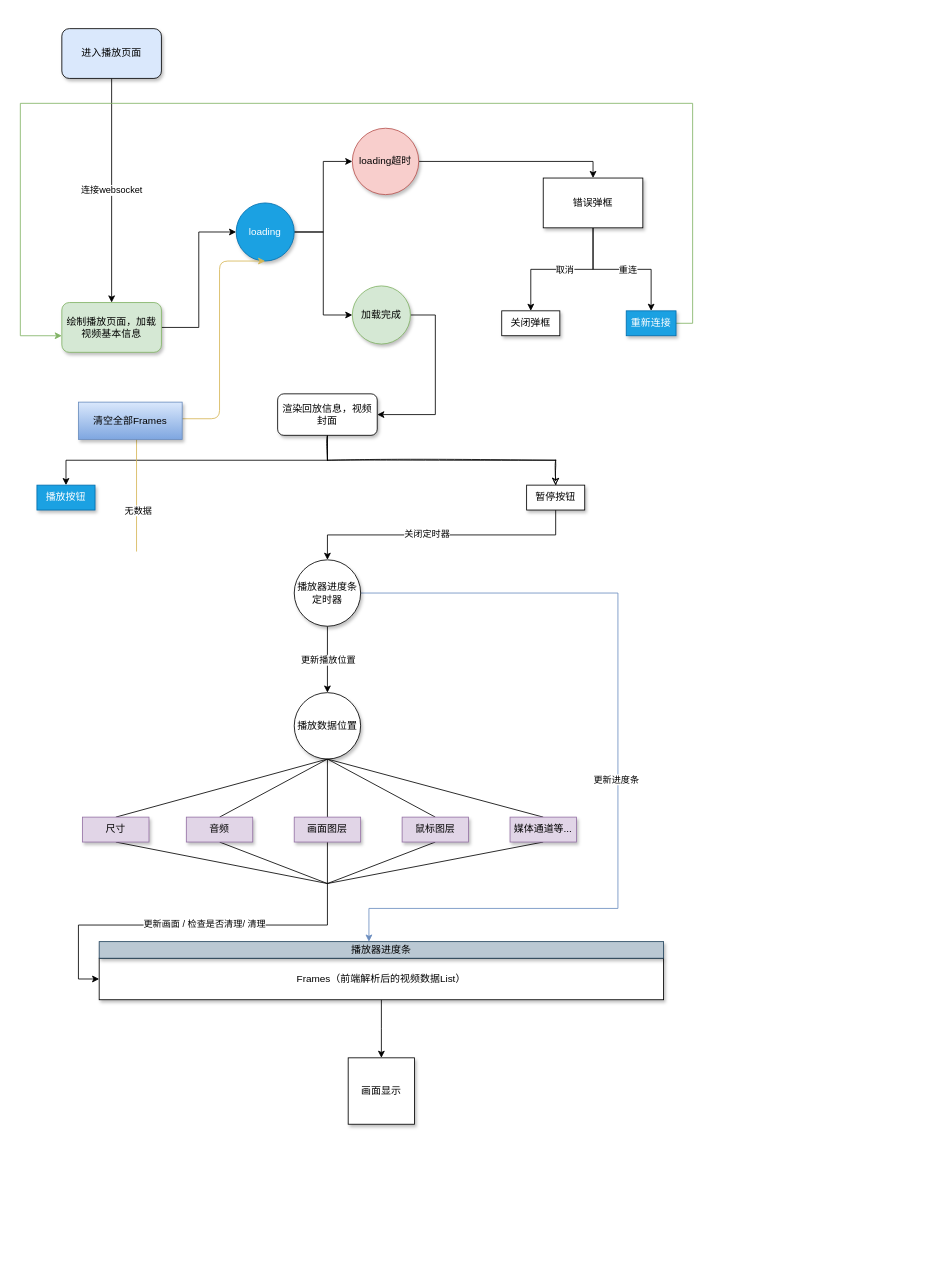
This is Untitled Diagram.drawio from zazzzf/diag, a draw.io file, before an edit. Source tidied: cells renumbered, new cells numbered last; positions are measured from the earlier drawing's top-left corner, leaving out a move shared by most shapes. Both pictures are drawn from the tidied source at 83%, with x=0, y=0 at pixel (20, 28).
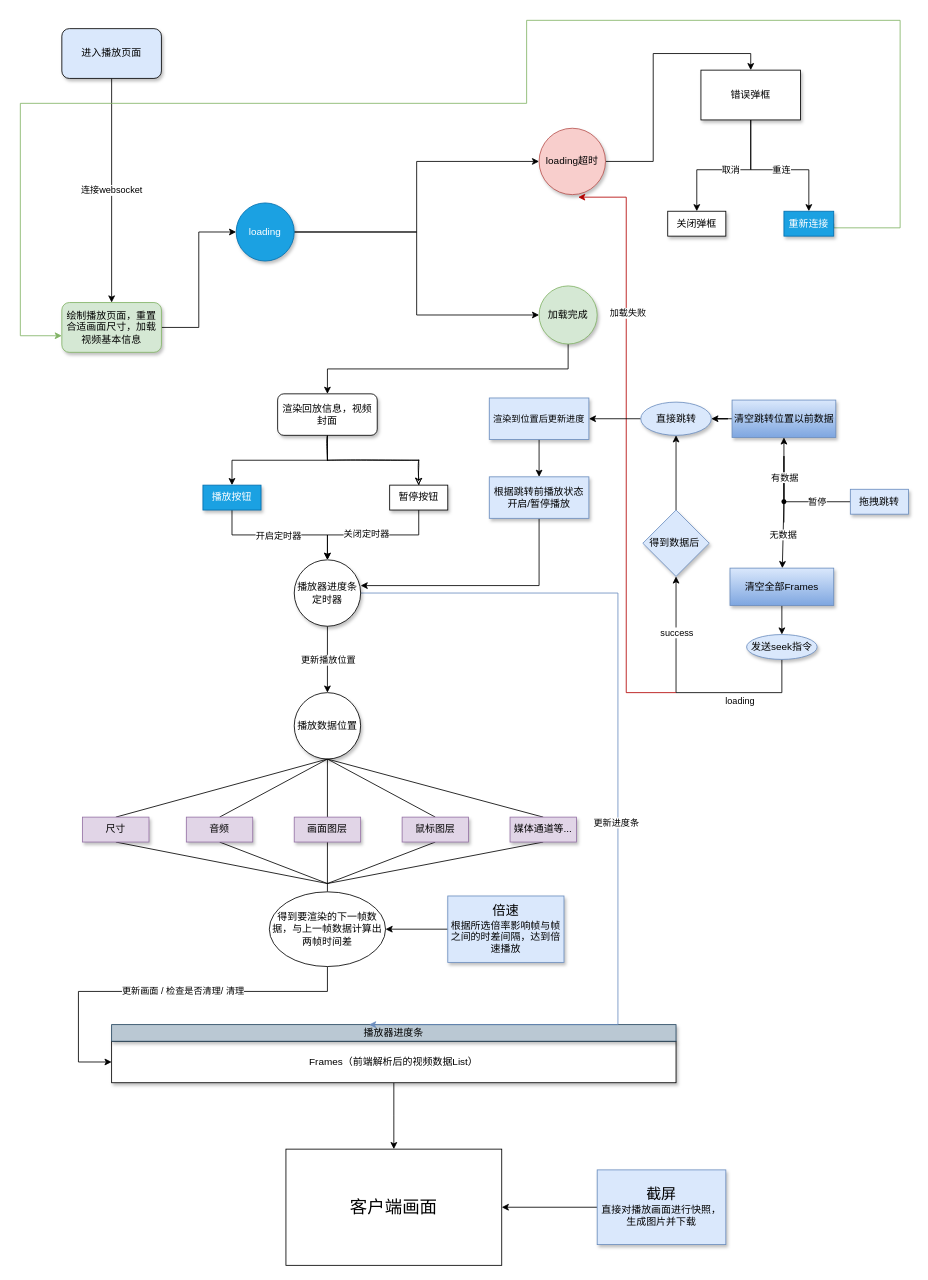
Above is the later version.

Unchanged cells that the change refers to:
```xml
<mxCell id="8" value="loading" style="ellipse;whiteSpace=wrap;html=1;shadow=1;glass=0;sketch=0;strokeColor=#006EAF;fillColor=#1ba1e2;fontColor=#ffffff;" parent="1" vertex="1">
  <mxGeometry x="260" y="210" width="70" height="70" as="geometry" />
</mxCell>
<mxCell id="24" value="渲染回放信息，视频封面" style="rounded=1;whiteSpace=wrap;html=1;shadow=1;glass=0;sketch=0;strokeColor=#000000;gradientColor=none;" parent="1" vertex="1">
  <mxGeometry x="310" y="440" width="120" height="50" as="geometry" />
</mxCell>
<mxCell id="33" value="播放器进度条定时器" style="ellipse;whiteSpace=wrap;html=1;shadow=1;glass=0;sketch=0;strokeColor=#000000;gradientColor=none;" parent="1" vertex="1">
  <mxGeometry x="330" y="640" width="80" height="80" as="geometry" />
</mxCell>
<mxCell id="46" value="画面图层" style="rounded=0;whiteSpace=wrap;html=1;shadow=1;glass=0;sketch=0;strokeColor=#9673a6;fillColor=#e1d5e7;" parent="1" vertex="1">
  <mxGeometry x="330" y="950" width="80" height="30" as="geometry" />
</mxCell>
```

The edit, as a diff of the source:
```diff
@@
-    <mxCell id="5" value="&lt;span&gt;绘制播放页面，加载视频基本信息&lt;/span&gt;" style="rounded=1;whiteSpace=wrap;html=1;shadow=1;glass=0;sketch=0;strokeColor=#82b366;fillColor=#d5e8d4;" parent="1" vertex="1">
+    <mxCell id="5" value="&lt;span&gt;绘制播放页面，重置合适画面尺寸，加载视频基本信息&lt;/span&gt;" style="rounded=1;whiteSpace=wrap;html=1;shadow=1;glass=0;sketch=0;strokeColor=#82b366;fillColor=#d5e8d4;" parent="1" vertex="1">
       <mxGeometry x="50" y="330" width="120" height="60" as="geometry" />
     </mxCell>
@@
-    <mxCell id="9" style="edgeStyle=orthogonalEdgeStyle;rounded=0;jettySize=auto;html=1;exitX=0.5;exitY=1;exitDx=0;exitDy=0;" parent="1" edge="1" source="11">
-      <mxGeometry relative="1" as="geometry">
-        <mxPoint x="435" y="370" as="targetPoint" />
-      </mxGeometry>
+    <mxCell id="9" style="edgeStyle=orthogonalEdgeStyle;rounded=0;jettySize=auto;html=1;exitX=0.5;exitY=1;exitDx=0;exitDy=0;entryX=0.5;entryY=0;entryDx=0;entryDy=0;" parent="1" edge="1" source="11" target="24">
+      <mxGeometry relative="1" as="geometry" />
     </mxCell>
-    <mxCell id="10" style="edgeStyle=orthogonalEdgeStyle;rounded=0;jettySize=auto;html=1;exitX=1;exitY=0.5;exitDx=0;exitDy=0;entryX=1;entryY=0.5;entryDx=0;entryDy=0;" parent="1" edge="1" source="11" target="24">
-      <mxGeometry relative="1" as="geometry">
-        <Array as="points">
-          <mxPoint x="500" y="345" />
-          <mxPoint x="500" y="465" />
-        </Array>
-      </mxGeometry>
-    </mxCell>
     <mxCell id="11" value="加载完成" style="ellipse;whiteSpace=wrap;html=1;shadow=1;glass=0;sketch=0;strokeColor=#82b366;fillColor=#d5e8d4;" parent="1" vertex="1">
-      <mxGeometry x="400" y="310" width="70" height="70" as="geometry" />
+      <mxGeometry x="625" y="310" width="70" height="70" as="geometry" />
     </mxCell>
@@
     <mxCell id="13" value="loading超时" style="ellipse;whiteSpace=wrap;html=1;shadow=1;glass=0;sketch=0;strokeColor=#b85450;fillColor=#f8cecc;" parent="1" vertex="1">
-      <mxGeometry x="400" y="120" width="80" height="80" as="geometry" />
+      <mxGeometry x="625" y="120" width="80" height="80" as="geometry" />
     </mxCell>
     <mxCell id="14" style="edgeStyle=orthogonalEdgeStyle;rounded=0;jettySize=auto;html=1;exitX=0.5;exitY=1;exitDx=0;exitDy=0;entryX=0.5;entryY=0;entryDx=0;entryDy=0;" parent="1" edge="1" source="21" target="20">
-      <mxGeometry relative="1" as="geometry" />
+      <mxGeometry relative="1" as="geometry">
+        <Array as="points">
+          <mxPoint x="880" y="170" />
+          <mxPoint x="815" y="170" />
+        </Array>
+      </mxGeometry>
     </mxCell>
@@
     <mxCell id="16" style="edgeStyle=orthogonalEdgeStyle;rounded=0;jettySize=auto;html=1;exitX=0.5;exitY=1;exitDx=0;exitDy=0;" parent="1" edge="1" source="21" target="19">
       <mxGeometry relative="1" as="geometry">
         <Array as="points">
-          <mxPoint x="690" y="290" />
-          <mxPoint x="760" y="290" />
+          <mxPoint x="880" y="170" />
+          <mxPoint x="950" y="170" />
         </Array>
       </mxGeometry>
     </mxCell>
@@
     <mxCell id="18" style="edgeStyle=orthogonalEdgeStyle;rounded=0;jettySize=auto;html=1;exitX=1;exitY=0.5;exitDx=0;exitDy=0;fillColor=#d5e8d4;strokeColor=#82b366;" parent="1" edge="1" source="19">
       <mxGeometry relative="1" as="geometry">
         <mxPoint x="50" y="370" as="targetPoint" />
         <Array as="points">
-          <mxPoint x="810" y="355" />
-          <mxPoint x="810" y="90" />
+          <mxPoint x="980" y="240" />
+          <mxPoint x="1060" y="240" />
+          <mxPoint x="1060" y="-10" />
+          <mxPoint x="610" y="-10" />
+          <mxPoint x="610" y="90" />
           <mxPoint y="90" />
           <mxPoint y="370" />
         </Array>
       </mxGeometry>
     </mxCell>
     <mxCell id="19" value="重新连接" style="rounded=0;whiteSpace=wrap;html=1;shadow=1;glass=0;sketch=0;strokeColor=#006EAF;fillColor=#1ba1e2;fontColor=#ffffff;" parent="1" vertex="1">
-      <mxGeometry x="730" y="340" width="60" height="30" as="geometry" />
+      <mxGeometry x="920" y="220" width="60" height="30" as="geometry" />
     </mxCell>
     <mxCell id="20" value="关闭弹框" style="rounded=0;whiteSpace=wrap;html=1;shadow=1;glass=0;sketch=0;strokeColor=#000000;gradientColor=none;" parent="1" vertex="1">
-      <mxGeometry x="580" y="340" width="70" height="30" as="geometry" />
+      <mxGeometry x="780" y="220" width="70" height="30" as="geometry" />
     </mxCell>
     <mxCell id="21" value="&lt;span&gt;错误弹框&lt;/span&gt;" style="rounded=0;whiteSpace=wrap;html=1;shadow=1;glass=0;sketch=0;strokeColor=#000000;gradientColor=none;" parent="1" vertex="1">
-      <mxGeometry x="630" y="180" width="120" height="60" as="geometry" />
+      <mxGeometry x="820" y="50" width="120" height="60" as="geometry" />
     </mxCell>
@@
+    <mxCell id="59" style="edgeStyle=orthogonalEdgeStyle;rounded=0;jettySize=auto;html=1;exitX=0.5;exitY=1;exitDx=0;exitDy=0;endArrow=classic;endFill=1;" parent="1" edge="1" source="25" target="33">
+      <mxGeometry relative="1" as="geometry" />
+    </mxCell>
+    <mxCell id="60" value="开启定时器" style="edgeLabel;html=1;align=center;verticalAlign=middle;" parent="59" vertex="1">
+      <mxGeometry x="-0.33" y="3" relative="1" as="geometry">
+        <mxPoint x="26" y="3" as="offset" />
+      </mxGeometry>
+    </mxCell>
     <mxCell id="25" value="播放按钮" style="rounded=0;whiteSpace=wrap;html=1;shadow=1;glass=0;sketch=0;strokeColor=#006EAF;fillColor=#1ba1e2;fontColor=#ffffff;" parent="1" vertex="1">
-      <mxGeometry x="20" y="550" width="70" height="30" as="geometry" />
+      <mxGeometry x="220" y="550" width="70" height="30" as="geometry" />
     </mxCell>
-    <mxCell id="26" style="edgeStyle=orthogonalEdgeStyle;rounded=0;sketch=0;jumpStyle=none;jettySize=auto;html=1;exitX=0.5;exitY=1;exitDx=0;exitDy=0;shadow=0;endArrow=classic;endFill=1;" parent="1" edge="1" source="27">
-      <mxGeometry relative="1" as="geometry">
-        <mxPoint x="435" y="1240" as="targetPoint" />
-      </mxGeometry>
-    </mxCell>
+    <mxCell id="61" style="edgeStyle=orthogonalEdgeStyle;rounded=0;jettySize=auto;html=1;endArrow=classic;endFill=1;" parent="1" edge="1" source="27">
+      <mxGeometry relative="1" as="geometry">
+        <mxPoint x="450" y="1350" as="targetPoint" />
+      </mxGeometry>
+    </mxCell>
     <mxCell id="27" value="Frames（前端解析后的视频数据List）" style="rounded=0;whiteSpace=wrap;html=1;shadow=1;glass=0;sketch=0;strokeColor=#000000;gradientColor=none;" parent="1" vertex="1">
-      <mxGeometry x="95" y="1120" width="680" height="50" as="geometry" />
+      <mxGeometry x="110" y="1220" width="680" height="50" as="geometry" />
     </mxCell>
     <mxCell id="28" value="播放器进度条" style="rounded=0;whiteSpace=wrap;html=1;shadow=1;glass=0;sketch=0;strokeColor=#23445d;fillColor=#bac8d3;" parent="1" vertex="1">
-      <mxGeometry x="95" y="1100" width="680" height="20" as="geometry" />
+      <mxGeometry x="110" y="1200" width="680" height="20" as="geometry" />
     </mxCell>
@@
-    <mxCell id="31" style="edgeStyle=orthogonalEdgeStyle;rounded=0;jettySize=auto;html=1;exitX=0;exitY=0.5;exitDx=0;exitDy=0;fillColor=#dae8fc;strokeColor=#6c8ebf;" parent="1" edge="1" source="33">
+    <mxCell id="31" style="edgeStyle=orthogonalEdgeStyle;rounded=0;jettySize=auto;html=1;exitX=0;exitY=0.5;exitDx=0;exitDy=0;fillColor=#dae8fc;strokeColor=#6c8ebf;entryX=0.456;entryY=0;entryDx=0;entryDy=0;entryPerimeter=0;" parent="1" edge="1" source="33" target="28">
       <mxGeometry relative="1" as="geometry">
-        <mxPoint x="420" y="1100" as="targetPoint" />
         <Array as="points">
           <mxPoint x="720" y="680" />
-          <mxPoint x="720" y="1060" />
-          <mxPoint x="420" y="1060" />
+          <mxPoint x="720" y="1200" />
         </Array>
       </mxGeometry>
     </mxCell>
@@
-    <mxCell id="34" style="edgeStyle=orthogonalEdgeStyle;rounded=0;jettySize=auto;html=1;entryX=0;entryY=0.5;entryDx=0;entryDy=0;" parent="1" edge="1" target="27">
+    <mxCell id="34" style="edgeStyle=orthogonalEdgeStyle;rounded=0;jettySize=auto;html=1;entryX=0;entryY=0.5;entryDx=0;entryDy=0;exitX=0.5;exitY=1;exitDx=0;exitDy=0;" parent="1" edge="1" source="89" target="27">
       <mxGeometry relative="1" as="geometry">
-        <mxPoint x="370" y="1030" as="sourcePoint" />
         <Array as="points">
-          <mxPoint x="370" y="1080" />
-          <mxPoint x="70" y="1080" />
-          <mxPoint x="70" y="1145" />
+          <mxPoint x="370" y="1160" />
+          <mxPoint x="70" y="1160" />
+          <mxPoint x="70" y="1245" />
         </Array>
       </mxGeometry>
     </mxCell>
@@
-    <mxCell id="45" style="edgeStyle=none;rounded=0;jettySize=auto;html=1;exitX=0.5;exitY=1;exitDx=0;exitDy=0;endArrow=none;endFill=0;" parent="1" edge="1" source="46">
-      <mxGeometry relative="1" as="geometry">
-        <mxPoint x="370" y="1030" as="targetPoint" />
-      </mxGeometry>
+    <mxCell id="45" style="edgeStyle=none;rounded=0;jettySize=auto;html=1;exitX=0.5;exitY=1;exitDx=0;exitDy=0;endArrow=none;endFill=0;entryX=0.5;entryY=0;entryDx=0;entryDy=0;" parent="1" edge="1" source="46" target="89">
+      <mxGeometry relative="1" as="geometry" />
     </mxCell>
@@
     <mxCell id="54" value="暂停按钮" style="rounded=0;whiteSpace=wrap;html=1;shadow=1;glass=0;sketch=0;" parent="1" vertex="1">
-      <mxGeometry x="610" y="550" width="70" height="30" as="geometry" />
+      <mxGeometry x="445" y="550" width="70" height="30" as="geometry" />
     </mxCell>
-    <mxCell id="55" style="endArrow=classic;html=1;shadow=0;entryX=0.5;entryY=1;entryDx=0;entryDy=0;edgeStyle=orthogonalEdgeStyle;gradientColor=#ffd966;fillColor=#fff2cc;strokeColor=#d6b656;" parent="1" edge="1" target="8">
-      <mxGeometry relative="1" as="geometry">
-        <mxPoint x="140" y="630" as="sourcePoint" />
-        <Array as="points">
-          <mxPoint x="140" y="470" />
-          <mxPoint x="240" y="470" />
-          <mxPoint x="240" y="280" />
-        </Array>
-      </mxGeometry>
-    </mxCell>
+    <mxCell id="62" style="edgeStyle=orthogonalEdgeStyle;rounded=0;jettySize=auto;html=1;exitX=0.5;exitY=1;exitDx=0;exitDy=0;entryX=0.5;entryY=0;entryDx=0;entryDy=0;" parent="1" edge="1" source="57" target="70">
+      <mxGeometry relative="1" as="geometry" />
+    </mxCell>
+    <mxCell id="57" value="清空全部Frames" style="rounded=0;whiteSpace=wrap;html=1;shadow=1;glass=0;sketch=0;strokeColor=#6c8ebf;gradientColor=#7ea6e0;fillColor=#dae8fc;" parent="1" vertex="1">
+      <mxGeometry x="855" y="650" width="125" height="45" as="geometry" />
+    </mxCell>
+    <mxCell id="63" value="暂停" style="edgeStyle=none;rounded=0;jettySize=auto;html=1;exitX=0;exitY=0.5;exitDx=0;exitDy=0;endArrow=none;endFill=0;" parent="1" edge="1" source="64" target="78">
+      <mxGeometry relative="1" as="geometry" />
+    </mxCell>
+    <mxCell id="64" value="拖拽跳转" style="rounded=0;whiteSpace=wrap;html=1;shadow=1;glass=0;sketch=0;fillColor=#dae8fc;strokeColor=#6c8ebf;" parent="1" vertex="1">
+      <mxGeometry x="1000" y="555" width="70" height="30" as="geometry" />
+    </mxCell>
+    <mxCell id="65" style="edgeStyle=elbowEdgeStyle;rounded=0;jettySize=auto;html=1;elbow=vertical;" parent="1" edge="1" source="70" target="74">
+      <mxGeometry relative="1" as="geometry">
+        <Array as="points">
+          <mxPoint x="860" y="800" />
+        </Array>
+      </mxGeometry>
+    </mxCell>
+    <mxCell id="66" value="loading" style="edgeLabel;html=1;align=center;verticalAlign=middle;" parent="65" vertex="1">
+      <mxGeometry x="-0.4" y="-1" relative="1" as="geometry">
+        <mxPoint x="1" y="10" as="offset" />
+      </mxGeometry>
+    </mxCell>
+    <mxCell id="67" value="success" style="edgeLabel;html=1;align=center;verticalAlign=middle;" parent="65" vertex="1">
+      <mxGeometry x="0.56" relative="1" as="geometry" />
+    </mxCell>
+    <mxCell id="68" style="edgeStyle=elbowEdgeStyle;rounded=0;jettySize=auto;html=1;entryX=0.588;entryY=1.038;entryDx=0;entryDy=0;entryPerimeter=0;fillColor=#e51400;strokeColor=#B20000;" parent="1" edge="1" target="13">
+      <mxGeometry relative="1" as="geometry">
+        <mxPoint x="790" y="800" as="sourcePoint" />
+        <Array as="points">
+          <mxPoint x="730" y="340" />
+          <mxPoint x="760" y="340" />
+        </Array>
+      </mxGeometry>
+    </mxCell>
+    <mxCell id="69" value="加载失败" style="edgeLabel;html=1;align=center;verticalAlign=middle;" parent="68" vertex="1">
+      <mxGeometry x="0.45" y="-1" relative="1" as="geometry" />
+    </mxCell>
+    <mxCell id="70" value="发送seek指令" style="ellipse;whiteSpace=wrap;html=1;rounded=0;shadow=1;strokeColor=#6c8ebf;fillColor=#dae8fc;glass=0;sketch=0;" parent="1" vertex="1">
+      <mxGeometry x="875" y="730" width="85" height="30" as="geometry" />
+    </mxCell>
+    <mxCell id="71" style="edgeStyle=orthogonalEdgeStyle;rounded=0;jettySize=auto;html=1;endArrow=classic;endFill=1;" parent="1" edge="1" source="72" target="82">
+      <mxGeometry relative="1" as="geometry" />
+    </mxCell>
+    <mxCell id="72" value="直接跳转" style="ellipse;whiteSpace=wrap;html=1;rounded=0;shadow=1;strokeColor=#6c8ebf;fillColor=#dae8fc;glass=0;sketch=0;" parent="1" vertex="1">
+      <mxGeometry x="747.5" y="450" width="85" height="40" as="geometry" />
+    </mxCell>
+    <mxCell id="73" style="edgeStyle=orthogonalEdgeStyle;rounded=0;jettySize=auto;html=1;endArrow=classic;endFill=1;" parent="1" edge="1" source="74" target="72">
+      <mxGeometry relative="1" as="geometry" />
+    </mxCell>
+    <mxCell id="74" value="得到数据后&amp;nbsp;" style="rhombus;whiteSpace=wrap;html=1;rounded=0;shadow=1;strokeColor=#6c8ebf;fillColor=#dae8fc;glass=0;sketch=0;" parent="1" vertex="1">
+      <mxGeometry x="750" y="580" width="80" height="80" as="geometry" />
+    </mxCell>
-    <mxCell id="56" value="无数据" style="edgeLabel;html=1;align=center;verticalAlign=middle;" parent="55" vertex="1">
-      <mxGeometry x="0.01" y="1" relative="1" as="geometry">
-        <mxPoint x="-94" y="111" as="offset" />
-      </mxGeometry>
+    <mxCell id="56" value="无数据" style="edgeStyle=none;rounded=0;jettySize=auto;html=1;" parent="1" edge="1" source="78" target="57">
+      <mxGeometry relative="1" as="geometry" />
     </mxCell>
-    <mxCell id="57" value="清空全部Frames" style="rounded=0;whiteSpace=wrap;html=1;shadow=1;glass=0;sketch=0;strokeColor=#6c8ebf;gradientColor=#7ea6e0;fillColor=#dae8fc;" parent="1" vertex="1">
-      <mxGeometry x="70" y="450" width="125" height="45" as="geometry" />
-    </mxCell>
-    <mxCell id="58" value="画面显示" style="whiteSpace=wrap;html=1;shadow=1;glass=0;sketch=0;strokeColor=#000000;gradientColor=none;" parent="1" vertex="1">
-      <mxGeometry x="395" y="1240" width="80" height="80" as="geometry" />
-    </mxCell>
+    <mxCell id="75" style="edgeStyle=orthogonalEdgeStyle;rounded=0;jettySize=auto;html=1;endArrow=classic;endFill=1;startArrow=none;entryX=0.5;entryY=1;entryDx=0;entryDy=0;" parent="1" edge="1" source="78" target="77">
+      <mxGeometry relative="1" as="geometry" />
+    </mxCell>
+    <mxCell id="76" style="edgeStyle=orthogonalEdgeStyle;rounded=0;jettySize=auto;html=1;endArrow=classic;endFill=1;" parent="1" edge="1" source="77" target="72">
+      <mxGeometry relative="1" as="geometry" />
+    </mxCell>
+    <mxCell id="77" value="清空跳转位置以前数据" style="rounded=0;whiteSpace=wrap;html=1;shadow=1;glass=0;sketch=0;strokeColor=#6c8ebf;gradientColor=#7ea6e0;fillColor=#dae8fc;" parent="1" vertex="1">
+      <mxGeometry x="857.5" y="447.5" width="125" height="45" as="geometry" />
+    </mxCell>
+    <mxCell id="78" style="shape=waypoint;sketch=0;fillStyle=solid;size=6;points=[];fillColor=none;perimeter=centerPerimeter;snapToPoint=1;" parent="1" vertex="1">
+      <mxGeometry x="900" y="550" width="40" height="40" as="geometry" />
+    </mxCell>
+    <mxCell id="79" style="edgeStyle=orthogonalEdgeStyle;rounded=0;jettySize=auto;html=1;endArrow=none;endFill=0;" parent="1" edge="1" target="78">
+      <mxGeometry relative="1" as="geometry">
+        <mxPoint x="920" y="595" as="sourcePoint" />
+        <Array as="points">
+          <mxPoint x="920" y="515" />
+        </Array>
+      </mxGeometry>
+    </mxCell>
+    <mxCell id="80" value="有数据" style="edgeLabel;html=1;align=center;verticalAlign=middle;" parent="79" vertex="1">
+      <mxGeometry x="-0.35" relative="1" as="geometry">
+        <mxPoint y="-11" as="offset" />
+      </mxGeometry>
+    </mxCell>
+    <mxCell id="81" style="edgeStyle=orthogonalEdgeStyle;rounded=0;jettySize=auto;html=1;endArrow=classic;endFill=1;" parent="1" edge="1" source="82" target="84">
+      <mxGeometry relative="1" as="geometry" />
+    </mxCell>
+    <mxCell id="82" value="&lt;span style=&quot;font-size: 11px&quot;&gt;渲染到位置后更新进度&lt;/span&gt;" style="whiteSpace=wrap;html=1;rounded=0;shadow=1;strokeColor=#6c8ebf;fillColor=#dae8fc;glass=0;sketch=0;" parent="1" vertex="1">
+      <mxGeometry x="565" y="445" width="120" height="50" as="geometry" />
+    </mxCell>
+    <mxCell id="83" style="edgeStyle=orthogonalEdgeStyle;rounded=0;jettySize=auto;html=1;exitX=0.5;exitY=1;exitDx=0;exitDy=0;entryX=1;entryY=0.388;entryDx=0;entryDy=0;entryPerimeter=0;endArrow=classic;endFill=1;" parent="1" edge="1" source="84" target="33">
+      <mxGeometry relative="1" as="geometry" />
+    </mxCell>
+    <mxCell id="84" value="根据跳转前播放状态开启/暂停播放" style="whiteSpace=wrap;html=1;rounded=0;shadow=1;strokeColor=#6c8ebf;fillColor=#dae8fc;glass=0;sketch=0;" parent="1" vertex="1">
+      <mxGeometry x="565" y="540" width="120" height="50" as="geometry" />
+    </mxCell>
+    <mxCell id="85" style="edgeStyle=orthogonalEdgeStyle;rounded=0;jettySize=auto;html=1;exitX=0;exitY=0.5;exitDx=0;exitDy=0;entryX=1;entryY=0.5;entryDx=0;entryDy=0;endArrow=classic;endFill=1;" parent="1" edge="1" source="86" target="90">
+      <mxGeometry relative="1" as="geometry" />
+    </mxCell>
+    <mxCell id="86" value="&lt;font style=&quot;font-size: 18px&quot;&gt;截屏&lt;/font&gt;&lt;br&gt;直接对播放画面进行快照，生成图片并下载" style="rounded=0;whiteSpace=wrap;html=1;shadow=1;glass=0;sketch=0;fillColor=#dae8fc;strokeColor=#6c8ebf;" parent="1" vertex="1">
+      <mxGeometry x="695" y="1375" width="155" height="90" as="geometry" />
+    </mxCell>
+    <mxCell id="87" style="edgeStyle=orthogonalEdgeStyle;rounded=0;jettySize=auto;html=1;exitX=0;exitY=0.5;exitDx=0;exitDy=0;entryX=1;entryY=0.5;entryDx=0;entryDy=0;endArrow=classic;endFill=1;" parent="1" edge="1" source="88" target="89">
+      <mxGeometry relative="1" as="geometry" />
+    </mxCell>
+    <mxCell id="88" value="&lt;font style=&quot;font-size: 16px&quot;&gt;倍速&lt;br&gt;&lt;/font&gt;根据所选倍率影响帧与帧之间的时差间隔，达到倍速播放" style="rounded=0;whiteSpace=wrap;html=1;shadow=1;glass=0;sketch=0;fillColor=#dae8fc;strokeColor=#6c8ebf;" parent="1" vertex="1">
+      <mxGeometry x="515" y="1045" width="140" height="80" as="geometry" />
+    </mxCell>
+    <mxCell id="89" value="得到要渲染的下一帧数据，与上一帧数据计算出两帧时间差" style="ellipse;whiteSpace=wrap;html=1;" parent="1" vertex="1">
+      <mxGeometry x="300" y="1040" width="140" height="90" as="geometry" />
+    </mxCell>
+    <mxCell id="90" value="&lt;font style=&quot;font-size: 21px&quot;&gt;客户端画面&lt;/font&gt;" style="rounded=0;whiteSpace=wrap;html=1;" parent="1" vertex="1">
+      <mxGeometry x="320" y="1350" width="260" height="140" as="geometry" />
+    </mxCell>
```
